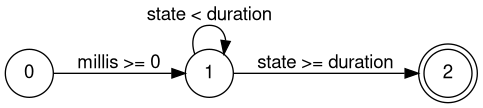
Funkschy/nand-to-browser keeps this Graphviz diagram as thesis/fig/wait.png. Above is the earlier version. Its source is kept beside it as thesis/fig/wait.dot. The source it was exported from:
```dot
digraph finite_state_machine {
	fontname="Helvetica,Arial,sans-serif"
	node [fontname="Helvetica,Arial,sans-serif"]
	edge [fontname="Helvetica,Arial,sans-serif"]
	rankdir=LR;
	node [shape = doublecircle]; 2;
	node [shape = circle];
    0 -> 1 [label = "millis >= 0"];
    1 -> 2 [label = "state >= duration"];
    1 -> 1 [label = "state < duration"];
}
```
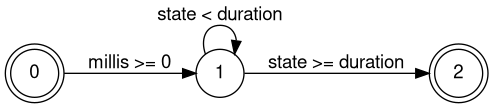
After the change.

What changed in the source:
```diff
@@ -3,7 +3,7 @@
 	node [fontname="Helvetica,Arial,sans-serif"]
 	edge [fontname="Helvetica,Arial,sans-serif"]
 	rankdir=LR;
-	node [shape = doublecircle]; 2;
+	node [shape = doublecircle]; 0, 2;
 	node [shape = circle];
     0 -> 1 [label = "millis >= 0"];
     1 -> 2 [label = "state >= duration"];
```
